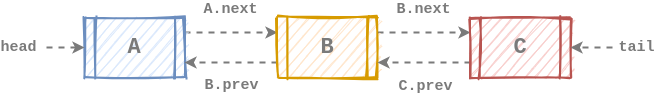
Earlier version of the draw.io export assets/images/data-structure/linked-list/dll-remove_at1.png (rolemadelen/euisblue.github.io). Source tidied: cells renumbered, new cells last; positions are measured from the earlier drawing's top-left corner, leaving out a move shared by most shapes. The source it was exported from:
```xml
<mxGraphModel>
  <root>
    <mxCell id="0" />
    <mxCell id="1" parent="0" />
    <mxCell id="2" value="&lt;span style=&quot;color: rgb(122 , 122 , 122) ; font-family: &amp;#34;courier new&amp;#34; ; font-size: 15px ; font-style: normal ; letter-spacing: normal ; text-align: center ; text-indent: 0px ; text-transform: none ; word-spacing: 0px ; background-color: rgb(255 , 255 , 255) ; display: inline ; float: none&quot;&gt;&lt;b&gt;A.next&lt;/b&gt;&lt;/span&gt;" style="edgeStyle=none;rounded=0;sketch=0;jettySize=auto;html=1;exitX=1;exitY=0.25;exitDx=0;exitDy=0;entryX=0;entryY=0.25;entryDx=0;entryDy=0;dashed=1;endArrow=classic;endFill=1;strokeColor=#7a7a7a;strokeWidth=2;" parent="1" edge="1" source="3" target="6">
      <mxGeometry x="-0.01" y="23" relative="1" as="geometry" />
    </mxCell>
    <mxCell id="3" value="&lt;b&gt;&lt;font style=&quot;font-size: 22px&quot; face=&quot;Courier New&quot; color=&quot;#7a7a7a&quot;&gt;A&lt;/font&gt;&lt;/b&gt;" style="shape=process;whiteSpace=wrap;html=1;backgroundOutline=1;fillColor=#dae8fc;strokeColor=#6c8ebf;gradientDirection=east;strokeWidth=2;shadow=0;glass=0;sketch=1;" parent="1" vertex="1">
      <mxGeometry x="38" width="100" height="60" as="geometry" />
    </mxCell>
    <mxCell id="4" value="&lt;span style=&quot;color: rgb(122, 122, 122); font-family: &amp;quot;courier new&amp;quot;; font-size: 15px; font-style: normal; letter-spacing: normal; text-align: center; text-indent: 0px; text-transform: none; word-spacing: 0px; background-color: rgb(255, 255, 255); display: inline; float: none;&quot;&gt;B.next&lt;/span&gt;" style="edgeStyle=none;rounded=0;sketch=0;jettySize=auto;html=1;exitX=1;exitY=0.25;exitDx=0;exitDy=0;entryX=0;entryY=0.25;entryDx=0;entryDy=0;dashed=1;endArrow=classic;endFill=1;strokeColor=#7a7a7a;strokeWidth=2;fontStyle=1;" parent="1" edge="1" source="6" target="8">
      <mxGeometry x="-0.01" y="23" relative="1" as="geometry" />
    </mxCell>
    <mxCell id="5" value="&lt;font style=&quot;font-size: 15px&quot; face=&quot;Courier New&quot; color=&quot;#7a7a7a&quot;&gt;B.prev&lt;/font&gt;" style="edgeStyle=none;rounded=0;sketch=0;jettySize=auto;html=1;exitX=0;exitY=0.75;exitDx=0;exitDy=0;entryX=1;entryY=0.75;entryDx=0;entryDy=0;dashed=1;endArrow=classic;endFill=1;strokeColor=#7a7a7a;strokeWidth=2;fontStyle=1;" parent="1" edge="1" source="6" target="3">
      <mxGeometry x="-0.01" y="23" relative="1" as="geometry" />
    </mxCell>
    <mxCell id="6" value="&lt;div&gt;&lt;b style=&quot;font-size: 22px ; color: rgb(122 , 122 , 122) ; font-family: &amp;#34;courier new&amp;#34;&quot;&gt;B&lt;/b&gt;&lt;/div&gt;" style="shape=process;whiteSpace=wrap;html=1;backgroundOutline=1;fillColor=#ffe6cc;strokeColor=#d79b00;gradientDirection=east;strokeWidth=2;shadow=0;glass=0;sketch=1;align=center;" parent="1" vertex="1">
      <mxGeometry x="231" width="100" height="60" as="geometry" />
    </mxCell>
    <mxCell id="7" value="&lt;span style=&quot;color: rgb(122 , 122 , 122) ; font-family: &amp;#34;courier new&amp;#34; ; font-size: 15px ; font-style: normal ; letter-spacing: normal ; text-align: center ; text-indent: 0px ; text-transform: none ; word-spacing: 0px ; background-color: rgb(255 , 255 , 255) ; display: inline ; float: none&quot;&gt;&lt;b&gt;C.prev&lt;/b&gt;&lt;/span&gt;" style="edgeStyle=none;rounded=0;sketch=0;jettySize=auto;html=1;exitX=0;exitY=0.75;exitDx=0;exitDy=0;entryX=1;entryY=0.75;entryDx=0;entryDy=0;dashed=1;endArrow=classic;endFill=1;strokeColor=#7a7a7a;strokeWidth=2;" parent="1" edge="1" source="8" target="6">
      <mxGeometry x="-0.03" y="24" relative="1" as="geometry" />
    </mxCell>
    <mxCell id="8" value="&lt;div&gt;&lt;b style=&quot;font-size: 22px ; color: rgb(122 , 122 , 122) ; font-family: &amp;#34;courier new&amp;#34;&quot;&gt;C&lt;/b&gt;&lt;/div&gt;" style="shape=process;whiteSpace=wrap;html=1;backgroundOutline=1;fillColor=#f8cecc;strokeColor=#b85450;gradientDirection=east;strokeWidth=2;shadow=0;glass=0;sketch=1;align=center;" parent="1" vertex="1">
      <mxGeometry x="424" width="100" height="60" as="geometry" />
    </mxCell>
    <mxCell id="9" value="&lt;span style=&quot;color: rgb(122 , 122 , 122) ; font-family: &amp;#34;courier new&amp;#34; ; font-size: 15px ; font-style: normal ; font-weight: 700 ; letter-spacing: normal ; text-align: center ; text-indent: 0px ; text-transform: none ; word-spacing: 0px ; background-color: rgb(255 , 255 , 255) ; display: inline ; float: none&quot;&gt;tail&lt;/span&gt;" style="endArrow=classic;html=1;dashed=1;strokeColor=#7a7a7a;strokeWidth=2;entryX=1;entryY=0.5;entryDx=0;entryDy=0;" parent="1" edge="1" target="8">
      <mxGeometry x="-1" y="-24" relative="1" as="geometry">
        <mxPoint x="566" y="30" as="sourcePoint" />
        <mxPoint x="24" y="24" as="offset" />
      </mxGeometry>
    </mxCell>
    <mxCell id="10" value="&lt;font style=&quot;font-size: 15px&quot; face=&quot;Courier New&quot; color=&quot;#7a7a7a&quot;&gt;head&lt;/font&gt;" style="endArrow=classic;html=1;dashed=1;strokeColor=#7a7a7a;strokeWidth=2;entryX=0;entryY=0.5;entryDx=0;entryDy=0;fontStyle=1;" parent="1" edge="1" target="3">
      <mxGeometry x="-1" y="-28" relative="1" as="geometry">
        <mxPoint y="30" as="sourcePoint" />
        <mxPoint x="-28" y="-28" as="offset" />
      </mxGeometry>
    </mxCell>
  </root>
</mxGraphModel>
```
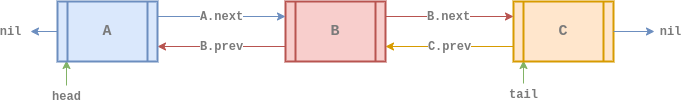
After the change.

Diff of the diagram source:
```diff
@@ -2,38 +2,50 @@
   <root>
     <mxCell id="0" />
     <mxCell id="1" parent="0" />
-    <mxCell id="2" value="&lt;span style=&quot;color: rgb(122 , 122 , 122) ; font-family: &amp;#34;courier new&amp;#34; ; font-size: 15px ; font-style: normal ; letter-spacing: normal ; text-align: center ; text-indent: 0px ; text-transform: none ; word-spacing: 0px ; background-color: rgb(255 , 255 , 255) ; display: inline ; float: none&quot;&gt;&lt;b&gt;A.next&lt;/b&gt;&lt;/span&gt;" style="edgeStyle=none;rounded=0;sketch=0;jettySize=auto;html=1;exitX=1;exitY=0.25;exitDx=0;exitDy=0;entryX=0;entryY=0.25;entryDx=0;entryDy=0;dashed=1;endArrow=classic;endFill=1;strokeColor=#7a7a7a;strokeWidth=2;" parent="1" edge="1" source="3" target="6">
-      <mxGeometry x="-0.01" y="23" relative="1" as="geometry" />
+    <mxCell id="2" value="&lt;font color=&quot;#7a7a7a&quot; face=&quot;courier new&quot;&gt;&lt;span style=&quot;font-size: 12px&quot;&gt;&lt;b&gt;head&lt;/b&gt;&lt;/span&gt;&lt;/font&gt;" style="rounded=0;jettySize=auto;html=1;fillColor=#d5e8d4;strokeColor=#82b366;entryX=0.09;entryY=0.983;entryDx=0;entryDy=0;entryPerimeter=0;" parent="1" edge="1" target="11">
+      <mxGeometry x="-1" y="-11" relative="1" as="geometry">
+        <mxPoint x="205" y="84" as="sourcePoint" />
+        <mxPoint x="-11" y="11" as="offset" />
+      </mxGeometry>
     </mxCell>
-    <mxCell id="3" value="&lt;b&gt;&lt;font style=&quot;font-size: 22px&quot; face=&quot;Courier New&quot; color=&quot;#7a7a7a&quot;&gt;A&lt;/font&gt;&lt;/b&gt;" style="shape=process;whiteSpace=wrap;html=1;backgroundOutline=1;fillColor=#dae8fc;strokeColor=#6c8ebf;gradientDirection=east;strokeWidth=2;shadow=0;glass=0;sketch=1;" parent="1" vertex="1">
-      <mxGeometry x="38" width="100" height="60" as="geometry" />
+    <mxCell id="3" value="&lt;font color=&quot;#7a7a7a&quot; face=&quot;courier new&quot;&gt;&lt;span style=&quot;font-size: 12px&quot;&gt;&lt;b&gt;tail&lt;/b&gt;&lt;/span&gt;&lt;/font&gt;" style="rounded=0;jettySize=auto;html=1;fillColor=#d5e8d4;strokeColor=#82b366;entryX=0.1;entryY=0.983;entryDx=0;entryDy=0;entryPerimeter=0;" parent="1" edge="1" target="5">
+      <mxGeometry x="-1" y="-11" relative="1" as="geometry">
+        <mxPoint x="662" y="82" as="sourcePoint" />
+        <mxPoint x="-11" y="11" as="offset" />
+      </mxGeometry>
     </mxCell>
-    <mxCell id="4" value="&lt;span style=&quot;color: rgb(122, 122, 122); font-family: &amp;quot;courier new&amp;quot;; font-size: 15px; font-style: normal; letter-spacing: normal; text-align: center; text-indent: 0px; text-transform: none; word-spacing: 0px; background-color: rgb(255, 255, 255); display: inline; float: none;&quot;&gt;B.next&lt;/span&gt;" style="edgeStyle=none;rounded=0;sketch=0;jettySize=auto;html=1;exitX=1;exitY=0.25;exitDx=0;exitDy=0;entryX=0;entryY=0.25;entryDx=0;entryDy=0;dashed=1;endArrow=classic;endFill=1;strokeColor=#7a7a7a;strokeWidth=2;fontStyle=1;" parent="1" edge="1" source="6" target="8">
-      <mxGeometry x="-0.01" y="23" relative="1" as="geometry" />
+    <mxCell id="4" value="&lt;b style=&quot;color: rgb(0 , 0 , 0) ; font-size: 11px ; font-style: normal ; letter-spacing: normal ; text-align: center ; text-indent: 0px ; text-transform: none ; word-spacing: 0px ; font-family: &amp;#34;courier new&amp;#34;&quot;&gt;&lt;font color=&quot;#7a7a7a&quot; style=&quot;font-size: 12px&quot;&gt;C.prev&lt;/font&gt;&lt;/b&gt;" style="edgeStyle=none;rounded=0;sketch=0;jettySize=auto;html=1;exitX=0;exitY=0.75;exitDx=0;exitDy=0;entryX=1;entryY=0.75;entryDx=0;entryDy=0;strokeColor=#d79b00;strokeWidth=1;fillColor=#ffe6cc;" parent="1" edge="1" source="5" target="8">
+      <mxGeometry relative="1" as="geometry" />
     </mxCell>
-    <mxCell id="5" value="&lt;font style=&quot;font-size: 15px&quot; face=&quot;Courier New&quot; color=&quot;#7a7a7a&quot;&gt;B.prev&lt;/font&gt;" style="edgeStyle=none;rounded=0;sketch=0;jettySize=auto;html=1;exitX=0;exitY=0.75;exitDx=0;exitDy=0;entryX=1;entryY=0.75;entryDx=0;entryDy=0;dashed=1;endArrow=classic;endFill=1;strokeColor=#7a7a7a;strokeWidth=2;fontStyle=1;" parent="1" edge="1" source="6" target="3">
-      <mxGeometry x="-0.01" y="23" relative="1" as="geometry" />
+    <mxCell id="5" value="&lt;b&gt;&lt;font style=&quot;font-size: 15px ; font-style: normal&quot; face=&quot;Courier New&quot; color=&quot;#7a7a7a&quot;&gt;C&lt;/font&gt;&lt;/b&gt;" style="shape=process;whiteSpace=wrap;html=1;backgroundOutline=1;fillColor=#ffe6cc;strokeColor=#d79b00;gradientDirection=east;strokeWidth=2;shadow=0;glass=0;sketch=0;fontStyle=2;" parent="1" vertex="1">
+      <mxGeometry x="652" width="100" height="60" as="geometry" />
     </mxCell>
-    <mxCell id="6" value="&lt;div&gt;&lt;b style=&quot;font-size: 22px ; color: rgb(122 , 122 , 122) ; font-family: &amp;#34;courier new&amp;#34;&quot;&gt;B&lt;/b&gt;&lt;/div&gt;" style="shape=process;whiteSpace=wrap;html=1;backgroundOutline=1;fillColor=#ffe6cc;strokeColor=#d79b00;gradientDirection=east;strokeWidth=2;shadow=0;glass=0;sketch=1;align=center;" parent="1" vertex="1">
-      <mxGeometry x="231" width="100" height="60" as="geometry" />
+    <mxCell id="6" value="&lt;b style=&quot;font-size: 11px ; letter-spacing: normal ; text-align: center ; text-indent: 0px ; text-transform: none ; word-spacing: 0px ; font-family: &amp;#34;courier new&amp;#34;&quot;&gt;&lt;font style=&quot;font-size: 12px&quot; color=&quot;#7a7a7a&quot;&gt;B.next&lt;/font&gt;&lt;/b&gt;" style="rounded=0;sketch=0;jettySize=auto;html=1;exitX=1;exitY=0.25;exitDx=0;exitDy=0;entryX=0;entryY=0.25;entryDx=0;entryDy=0;strokeColor=#b85450;strokeWidth=1;fillColor=#f8cecc;fontStyle=0;" parent="1" edge="1" source="8" target="5">
+      <mxGeometry x="-0.01" relative="1" as="geometry" />
     </mxCell>
-    <mxCell id="7" value="&lt;span style=&quot;color: rgb(122 , 122 , 122) ; font-family: &amp;#34;courier new&amp;#34; ; font-size: 15px ; font-style: normal ; letter-spacing: normal ; text-align: center ; text-indent: 0px ; text-transform: none ; word-spacing: 0px ; background-color: rgb(255 , 255 , 255) ; display: inline ; float: none&quot;&gt;&lt;b&gt;C.prev&lt;/b&gt;&lt;/span&gt;" style="edgeStyle=none;rounded=0;sketch=0;jettySize=auto;html=1;exitX=0;exitY=0.75;exitDx=0;exitDy=0;entryX=1;entryY=0.75;entryDx=0;entryDy=0;dashed=1;endArrow=classic;endFill=1;strokeColor=#7a7a7a;strokeWidth=2;" parent="1" edge="1" source="8" target="6">
-      <mxGeometry x="-0.03" y="24" relative="1" as="geometry" />
+    <mxCell id="7" value="&lt;b style=&quot;color: rgb(0 , 0 , 0) ; font-size: 11px ; font-style: normal ; letter-spacing: normal ; text-align: center ; text-indent: 0px ; text-transform: none ; word-spacing: 0px ; font-family: &amp;#34;courier new&amp;#34;&quot;&gt;&lt;font color=&quot;#7a7a7a&quot; style=&quot;font-size: 12px&quot;&gt;B.prev&lt;/font&gt;&lt;/b&gt;" style="edgeStyle=orthogonalEdgeStyle;rounded=0;jettySize=auto;html=1;exitX=0;exitY=0.75;exitDx=0;exitDy=0;entryX=1;entryY=0.75;entryDx=0;entryDy=0;fillColor=#f8cecc;strokeColor=#b85450;" parent="1" edge="1" source="8" target="11">
+      <mxGeometry relative="1" as="geometry" />
     </mxCell>
-    <mxCell id="8" value="&lt;div&gt;&lt;b style=&quot;font-size: 22px ; color: rgb(122 , 122 , 122) ; font-family: &amp;#34;courier new&amp;#34;&quot;&gt;C&lt;/b&gt;&lt;/div&gt;" style="shape=process;whiteSpace=wrap;html=1;backgroundOutline=1;fillColor=#f8cecc;strokeColor=#b85450;gradientDirection=east;strokeWidth=2;shadow=0;glass=0;sketch=1;align=center;" parent="1" vertex="1">
+    <mxCell id="8" value="&lt;div&gt;&lt;font color=&quot;#7a7a7a&quot; face=&quot;courier new&quot; style=&quot;font-size: 15px&quot;&gt;B&lt;/font&gt;&lt;/div&gt;" style="shape=process;whiteSpace=wrap;html=1;backgroundOutline=1;fillColor=#f8cecc;strokeColor=#b85450;gradientDirection=east;strokeWidth=2;shadow=0;glass=0;align=center;sketch=0;fontStyle=1;" parent="1" vertex="1">
       <mxGeometry x="424" width="100" height="60" as="geometry" />
     </mxCell>
-    <mxCell id="9" value="&lt;span style=&quot;color: rgb(122 , 122 , 122) ; font-family: &amp;#34;courier new&amp;#34; ; font-size: 15px ; font-style: normal ; font-weight: 700 ; letter-spacing: normal ; text-align: center ; text-indent: 0px ; text-transform: none ; word-spacing: 0px ; background-color: rgb(255 , 255 , 255) ; display: inline ; float: none&quot;&gt;tail&lt;/span&gt;" style="endArrow=classic;html=1;dashed=1;strokeColor=#7a7a7a;strokeWidth=2;entryX=1;entryY=0.5;entryDx=0;entryDy=0;" parent="1" edge="1" target="8">
-      <mxGeometry x="-1" y="-24" relative="1" as="geometry">
-        <mxPoint x="566" y="30" as="sourcePoint" />
-        <mxPoint x="24" y="24" as="offset" />
-      </mxGeometry>
+    <mxCell id="9" value="&lt;font color=&quot;#7a7a7a&quot; face=&quot;courier new&quot;&gt;&lt;span style=&quot;font-size: 12px&quot;&gt;&lt;b&gt;A.next&lt;/b&gt;&lt;/span&gt;&lt;/font&gt;" style="edgeStyle=orthogonalEdgeStyle;curved=1;rounded=0;jettySize=auto;html=1;exitX=1;exitY=0.25;exitDx=0;exitDy=0;entryX=0;entryY=0.25;entryDx=0;entryDy=0;fillColor=#dae8fc;strokeColor=#6c8ebf;" parent="1" edge="1" source="11" target="8">
+      <mxGeometry relative="1" as="geometry" />
     </mxCell>
-    <mxCell id="10" value="&lt;font style=&quot;font-size: 15px&quot; face=&quot;Courier New&quot; color=&quot;#7a7a7a&quot;&gt;head&lt;/font&gt;" style="endArrow=classic;html=1;dashed=1;strokeColor=#7a7a7a;strokeWidth=2;entryX=0;entryY=0.5;entryDx=0;entryDy=0;fontStyle=1;" parent="1" edge="1" target="3">
-      <mxGeometry x="-1" y="-28" relative="1" as="geometry">
-        <mxPoint y="30" as="sourcePoint" />
-        <mxPoint x="-28" y="-28" as="offset" />
+    <mxCell id="10" value="&lt;font color=&quot;#7a7a7a&quot; face=&quot;courier new&quot;&gt;&lt;span style=&quot;font-size: 12px&quot;&gt;&lt;b&gt;nil&lt;/b&gt;&lt;/span&gt;&lt;/font&gt;" style="rounded=0;jettySize=auto;html=1;exitX=0;exitY=0.5;exitDx=0;exitDy=0;fillColor=#dae8fc;strokeColor=#6c8ebf;" parent="1" edge="1" source="11">
+      <mxGeometry x="1" y="20" relative="1" as="geometry">
+        <mxPoint x="169" y="30" as="targetPoint" />
+        <mxPoint x="-20" y="-20" as="offset" />
       </mxGeometry>
     </mxCell>
+    <mxCell id="11" value="&lt;div&gt;&lt;font color=&quot;#7a7a7a&quot; face=&quot;courier new&quot;&gt;&lt;span style=&quot;font-size: 15px&quot;&gt;A&lt;/span&gt;&lt;/font&gt;&lt;/div&gt;" style="shape=process;whiteSpace=wrap;html=1;backgroundOutline=1;fillColor=#dae8fc;strokeColor=#6c8ebf;gradientDirection=east;strokeWidth=2;shadow=0;glass=0;align=center;sketch=0;fontStyle=1;" parent="1" vertex="1">
+      <mxGeometry x="196" width="100" height="60" as="geometry" />
+    </mxCell>
+    <mxCell id="12" value="&lt;font color=&quot;#7a7a7a&quot; face=&quot;courier new&quot;&gt;&lt;span style=&quot;font-size: 12px&quot;&gt;&lt;b&gt;nil&lt;/b&gt;&lt;/span&gt;&lt;/font&gt;" style="rounded=0;jettySize=auto;html=1;fillColor=#dae8fc;strokeColor=#6c8ebf;exitX=1;exitY=0.5;exitDx=0;exitDy=0;" parent="1" edge="1" source="5">
+      <mxGeometry x="1" y="16" relative="1" as="geometry">
+        <mxPoint x="793" y="30" as="targetPoint" />
+        <mxPoint x="16" y="16" as="offset" />
+      </mxGeometry>
+    </mxCell>
   </root>
 </mxGraphModel>
```
